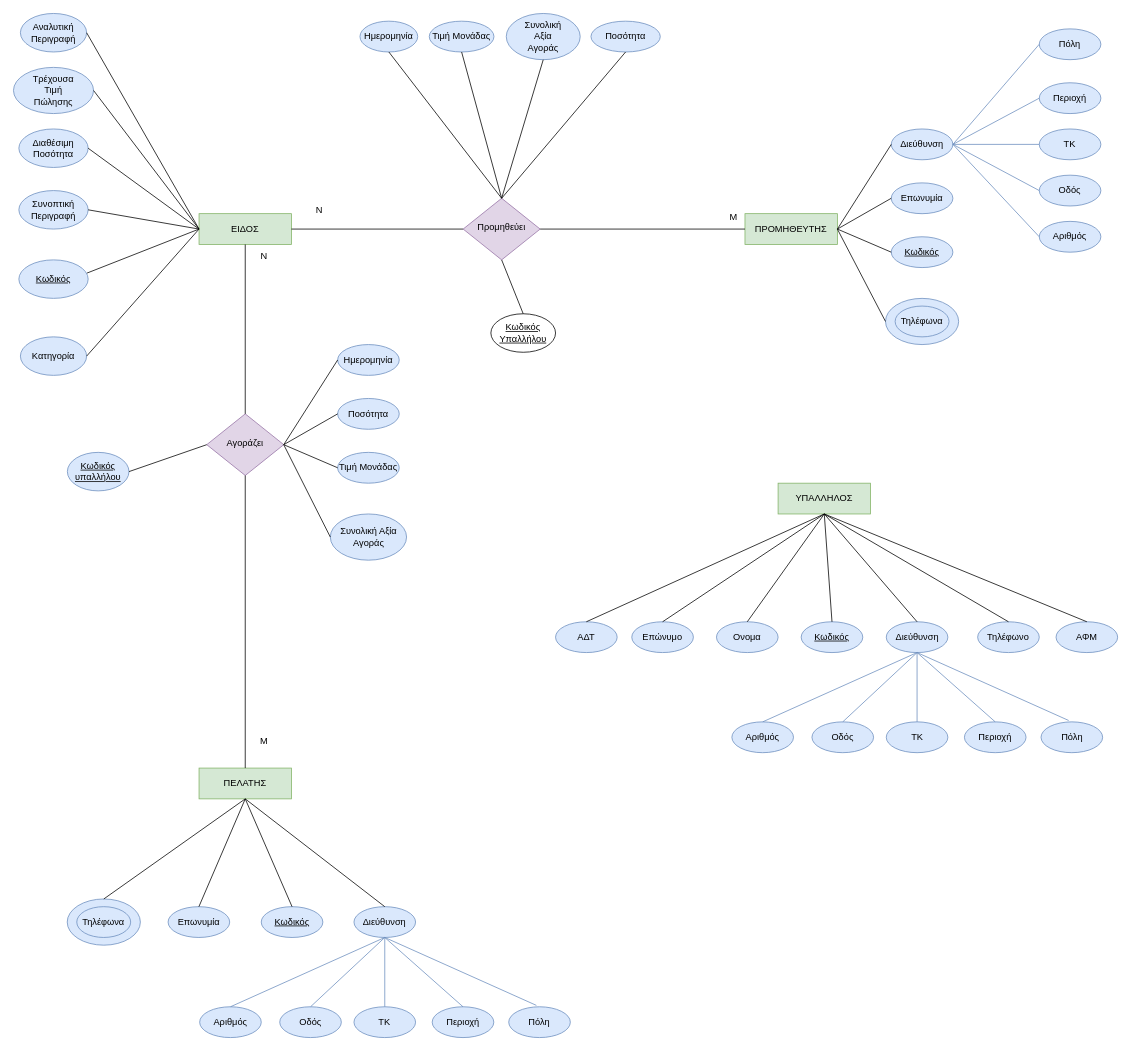
The draw.io diagram ERDiagramFlowchart.drawio in Lazini/ERDiagram, before the edit. Source tidied: cells renumbered, new cells numbered last; positions are measured from the earlier drawing's top-left corner, leaving out a move shared by most shapes. Both pictures are drawn from the tidied source at 77%, with x=0, y=0 at pixel (13, 13).
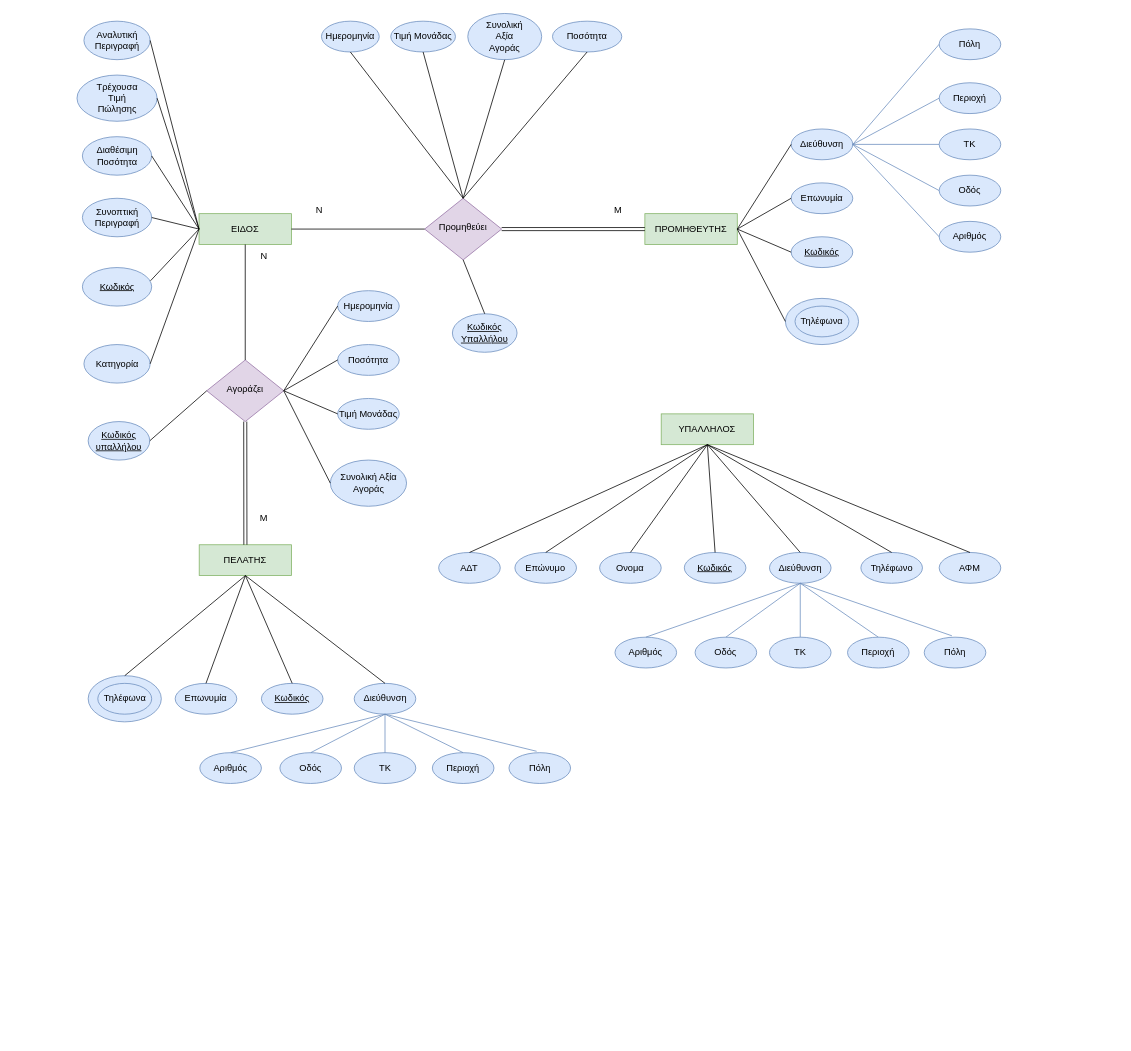
The same diagram, later.

Change to the diagram source:
```diff
@@
     <mxCell id="3" value="&lt;div&gt;ΠΡΟΜΗΘΕΥΤΗΣ&lt;/div&gt;" style="rounded=0;whiteSpace=wrap;html=1;fontSize=12;glass=0;strokeWidth=1;shadow=0;fillColor=#d5e8d4;strokeColor=#82b366;" parent="1" vertex="1">
-      <mxGeometry x="950" y="260" width="120" height="40" as="geometry" />
+      <mxGeometry x="820" y="260" width="120" height="40" as="geometry" />
     </mxCell>
     <mxCell id="4" value="&lt;div&gt;ΠΕΛΑΤΗΣ&lt;/div&gt;" style="rounded=0;whiteSpace=wrap;html=1;fontSize=12;glass=0;strokeWidth=1;shadow=0;fillColor=#d5e8d4;strokeColor=#82b366;" parent="1" vertex="1">
-      <mxGeometry x="241" y="980" width="120" height="40" as="geometry" />
+      <mxGeometry x="241.2" y="690" width="120" height="40" as="geometry" />
     </mxCell>
     <mxCell id="5" value="&lt;div&gt;ΥΠΑΛΛΗΛΟΣ&lt;/div&gt;" style="rounded=0;whiteSpace=wrap;html=1;fontSize=12;glass=0;strokeWidth=1;shadow=0;fillColor=#d5e8d4;strokeColor=#82b366;" parent="1" vertex="1">
-      <mxGeometry x="993" y="610" width="120" height="40" as="geometry" />
+      <mxGeometry x="841.2" y="520" width="120" height="40" as="geometry" />
     </mxCell>
     <mxCell id="6" value="Προμηθεύει" style="rhombus;whiteSpace=wrap;html=1;shadow=0;fontFamily=Helvetica;fontSize=12;align=center;strokeWidth=1;spacing=6;spacingTop=-4;fillColor=#e1d5e7;strokeColor=#9673a6;" parent="1" vertex="1">
-      <mxGeometry x="584" y="240" width="100" height="80" as="geometry" />
+      <mxGeometry x="534" y="240" width="100" height="80" as="geometry" />
     </mxCell>
@@
-    <mxCell id="8" style="endArrow=none;html=1;rounded=0;exitX=1;exitY=0.5;exitDx=0;exitDy=0;entryX=0;entryY=0.5;entryDx=0;entryDy=0;" parent="1" edge="1" source="6" target="3">
+    <mxCell id="8" style="endArrow=none;html=1;rounded=0;exitX=1;exitY=0.5;exitDx=0;exitDy=0;entryX=0;entryY=0.5;entryDx=0;entryDy=0;shape=link;" parent="1" edge="1" source="6" target="3">
       <mxGeometry relative="1" as="geometry" />
     </mxCell>
     <mxCell id="9" value="&lt;div&gt;Διαθέσιμη &lt;br&gt;&lt;/div&gt;&lt;div&gt;Ποσότητα&lt;/div&gt;" style="ellipse;whiteSpace=wrap;html=1;fillColor=#dae8fc;strokeColor=#6c8ebf;" parent="1" vertex="1">
-      <mxGeometry x="7" y="150" width="90" height="50" as="geometry" />
+      <mxGeometry x="89.5" y="160" width="90" height="50" as="geometry" />
     </mxCell>
     <mxCell id="10" value="&lt;div&gt;Αναλυτική&lt;/div&gt;&lt;div&gt;Περιγραφή&lt;/div&gt;" style="ellipse;whiteSpace=wrap;html=1;fillColor=#dae8fc;strokeColor=#6c8ebf;" parent="1" vertex="1">
-      <mxGeometry x="9" width="86" height="50" as="geometry" />
+      <mxGeometry x="91.5" y="10" width="86" height="50" as="geometry" />
     </mxCell>
     <mxCell id="11" value="&lt;div&gt;Συνοπτική&lt;/div&gt;&lt;div&gt;Περιγραφή&lt;/div&gt;" style="ellipse;whiteSpace=wrap;html=1;fillColor=#dae8fc;strokeColor=#6c8ebf;" parent="1" vertex="1">
-      <mxGeometry x="7" y="230" width="90" height="50" as="geometry" />
+      <mxGeometry x="89.5" y="240" width="90" height="50" as="geometry" />
     </mxCell>
     <mxCell id="12" value="&lt;u&gt;Κωδικός&lt;/u&gt;" style="ellipse;whiteSpace=wrap;html=1;fillColor=#dae8fc;strokeColor=#6c8ebf;" parent="1" vertex="1">
-      <mxGeometry x="7" y="320" width="90" height="50" as="geometry" />
+      <mxGeometry x="89.5" y="330" width="90" height="50" as="geometry" />
     </mxCell>
     <mxCell id="13" value="&lt;div&gt;Κατηγορία&lt;/div&gt;" style="ellipse;whiteSpace=wrap;html=1;fillColor=#dae8fc;strokeColor=#6c8ebf;" parent="1" vertex="1">
-      <mxGeometry x="9" y="420" width="86" height="50" as="geometry" />
+      <mxGeometry x="91.5" y="430" width="86" height="50" as="geometry" />
     </mxCell>
     <mxCell id="14" value="&lt;div&gt;Τρέχουσα&lt;/div&gt;&lt;div&gt;Τιμή&lt;/div&gt;&lt;div&gt;Πώλησης&lt;/div&gt;" style="ellipse;whiteSpace=wrap;html=1;fillColor=#dae8fc;strokeColor=#6c8ebf;" parent="1" vertex="1">
-      <mxGeometry y="70" width="104" height="60" as="geometry" />
+      <mxGeometry x="82.5" y="80" width="104" height="60" as="geometry" />
     </mxCell>
@@
     <mxCell id="22" value="Μ" style="text;html=1;align=center;verticalAlign=middle;strokeColor=none;fillColor=none;" parent="1" vertex="1">
-      <mxGeometry x="920" y="250" width="30" height="30" as="geometry" />
+      <mxGeometry x="770" y="240" width="30" height="30" as="geometry" />
     </mxCell>
     <mxCell id="23" value="Ημερομηνία" style="ellipse;whiteSpace=wrap;html=1;fillColor=#dae8fc;strokeColor=#6c8ebf;" parent="1" vertex="1">
-      <mxGeometry x="450" y="10" width="75" height="40" as="geometry" />
+      <mxGeometry x="400" y="10" width="75" height="40" as="geometry" />
     </mxCell>
     <mxCell id="24" value="Τιμή Μονάδας" style="ellipse;whiteSpace=wrap;html=1;fillColor=#dae8fc;strokeColor=#6c8ebf;" parent="1" vertex="1">
-      <mxGeometry x="540" y="10" width="84" height="40" as="geometry" />
+      <mxGeometry x="490" y="10" width="84" height="40" as="geometry" />
     </mxCell>
     <mxCell id="25" value="&lt;div&gt;Συνολική&lt;/div&gt;&lt;div&gt;Αξία&lt;/div&gt;&lt;div&gt;Αγοράς&lt;/div&gt;" style="ellipse;whiteSpace=wrap;html=1;fillColor=#dae8fc;strokeColor=#6c8ebf;" parent="1" vertex="1">
-      <mxGeometry x="640" width="96" height="60" as="geometry" />
+      <mxGeometry x="590" width="96" height="60" as="geometry" />
     </mxCell>
     <mxCell id="26" value="&lt;div&gt;Ποσότητα&lt;/div&gt;" style="ellipse;whiteSpace=wrap;html=1;fillColor=#dae8fc;strokeColor=#6c8ebf;" parent="1" vertex="1">
-      <mxGeometry x="750" y="10" width="90" height="40" as="geometry" />
+      <mxGeometry x="700" y="10" width="90" height="40" as="geometry" />
     </mxCell>
@@
-    <mxCell id="31" value="&lt;u&gt;Κωδικός Υπαλλήλου&lt;br&gt;&lt;/u&gt;" style="ellipse;whiteSpace=wrap;html=1;" parent="1" vertex="1">
-      <mxGeometry x="620" y="390" width="84" height="50" as="geometry" />
+    <mxCell id="31" value="&lt;u&gt;Κωδικός Υπαλλήλου&lt;br&gt;&lt;/u&gt;" style="ellipse;whiteSpace=wrap;html=1;fillColor=#dae8fc;strokeColor=#6c8ebf;" parent="1" vertex="1">
+      <mxGeometry x="570" y="390" width="84" height="50" as="geometry" />
     </mxCell>
@@
     <mxCell id="33" value="Διεύθυνση" style="ellipse;whiteSpace=wrap;html=1;fillColor=#dae8fc;strokeColor=#6c8ebf;" parent="1" vertex="1">
-      <mxGeometry x="1140" y="150" width="80" height="40" as="geometry" />
+      <mxGeometry x="1010" y="150" width="80" height="40" as="geometry" />
     </mxCell>
     <mxCell id="34" value="Επωνυμία" style="ellipse;whiteSpace=wrap;html=1;fillColor=#dae8fc;strokeColor=#6c8ebf;" parent="1" vertex="1">
-      <mxGeometry x="1140" y="220" width="80" height="40" as="geometry" />
+      <mxGeometry x="1010" y="220" width="80" height="40" as="geometry" />
     </mxCell>
     <mxCell id="35" value="&lt;u&gt;Κωδικός&lt;/u&gt;" style="ellipse;whiteSpace=wrap;html=1;fillColor=#dae8fc;strokeColor=#6c8ebf;" parent="1" vertex="1">
-      <mxGeometry x="1140" y="290" width="80" height="40" as="geometry" />
+      <mxGeometry x="1010" y="290" width="80" height="40" as="geometry" />
     </mxCell>
     <mxCell id="36" style="ellipse;whiteSpace=wrap;html=1;fillColor=#dae8fc;strokeColor=#6c8ebf;" parent="1" vertex="1">
-      <mxGeometry x="1132.5" y="370" width="95" height="60" as="geometry" />
+      <mxGeometry x="1002.5" y="370" width="95" height="60" as="geometry" />
     </mxCell>
     <mxCell id="37" value="Τηλέφωνα" style="ellipse;whiteSpace=wrap;html=1;fillColor=#dae8fc;strokeColor=#6c8ebf;" parent="1" vertex="1">
-      <mxGeometry x="1145" y="380" width="70" height="40" as="geometry" />
+      <mxGeometry x="1015" y="380" width="70" height="40" as="geometry" />
     </mxCell>
@@
     <mxCell id="42" value="&lt;div&gt;Αγοράζει&lt;/div&gt;" style="rhombus;whiteSpace=wrap;html=1;shadow=0;fontFamily=Helvetica;fontSize=12;align=center;strokeWidth=1;spacing=6;spacingTop=-4;fillColor=#e1d5e7;strokeColor=#9673a6;" parent="1" vertex="1">
-      <mxGeometry x="251" y="520" width="100" height="80" as="geometry" />
+      <mxGeometry x="251" y="450" width="100" height="80" as="geometry" />
     </mxCell>
@@
-    <mxCell id="44" style="endArrow=none;html=1;rounded=0;exitX=0.5;exitY=0;exitDx=0;exitDy=0;entryX=0.5;entryY=1;entryDx=0;entryDy=0;" parent="1" edge="1" source="4" target="42">
+    <mxCell id="44" style="endArrow=none;html=1;rounded=0;exitX=0.5;exitY=0;exitDx=0;exitDy=0;entryX=0.5;entryY=1;entryDx=0;entryDy=0;shape=link;" parent="1" edge="1" source="4" target="42">
       <mxGeometry relative="1" as="geometry" />
     </mxCell>
     <mxCell id="45" value="Ημερομηνία" style="ellipse;whiteSpace=wrap;html=1;fillColor=#dae8fc;strokeColor=#6c8ebf;" parent="1" vertex="1">
-      <mxGeometry x="421" y="430" width="80" height="40" as="geometry" />
+      <mxGeometry x="421" y="360" width="80" height="40" as="geometry" />
     </mxCell>
     <mxCell id="46" value="Ποσότητα" style="ellipse;whiteSpace=wrap;html=1;fillColor=#dae8fc;strokeColor=#6c8ebf;" parent="1" vertex="1">
-      <mxGeometry x="421" y="500" width="80" height="40" as="geometry" />
+      <mxGeometry x="421" y="430" width="80" height="40" as="geometry" />
     </mxCell>
     <mxCell id="47" value="Τιμή Μονάδας" style="ellipse;whiteSpace=wrap;html=1;fillColor=#dae8fc;strokeColor=#6c8ebf;" parent="1" vertex="1">
-      <mxGeometry x="421" y="570" width="80" height="40" as="geometry" />
+      <mxGeometry x="421" y="500" width="80" height="40" as="geometry" />
     </mxCell>
     <mxCell id="48" value="Συνολική Αξία Αγοράς" style="ellipse;whiteSpace=wrap;html=1;fillColor=#dae8fc;strokeColor=#6c8ebf;" parent="1" vertex="1">
-      <mxGeometry x="411.5" y="650" width="99" height="60" as="geometry" />
+      <mxGeometry x="411.5" y="580" width="99" height="60" as="geometry" />
     </mxCell>
@@
     <mxCell id="53" value="&lt;u&gt;Κωδικός υπαλλήλου&lt;br&gt;&lt;/u&gt;" style="ellipse;whiteSpace=wrap;html=1;fillColor=#dae8fc;strokeColor=#6c8ebf;" parent="1" vertex="1">
-      <mxGeometry x="70" y="570" width="80" height="50" as="geometry" />
+      <mxGeometry x="97" y="530" width="80" height="50" as="geometry" />
     </mxCell>
@@
     <mxCell id="56" value="Μ" style="text;html=1;align=center;verticalAlign=middle;strokeColor=none;fillColor=none;" parent="1" vertex="1">
-      <mxGeometry x="310" y="930" width="30" height="30" as="geometry" />
+      <mxGeometry x="310.2" y="640" width="30" height="30" as="geometry" />
     </mxCell>
     <mxCell id="57" value="&lt;div&gt;Πόλη&lt;/div&gt;" style="ellipse;whiteSpace=wrap;html=1;fillColor=#dae8fc;strokeColor=#6c8ebf;" parent="1" vertex="1">
-      <mxGeometry x="1332.2" y="20" width="80" height="40" as="geometry" />
+      <mxGeometry x="1202.2" y="20" width="80" height="40" as="geometry" />
     </mxCell>
     <mxCell id="58" value="Περιοχή" style="ellipse;whiteSpace=wrap;html=1;fillColor=#dae8fc;strokeColor=#6c8ebf;" parent="1" vertex="1">
-      <mxGeometry x="1332.2" y="90" width="80" height="40" as="geometry" />
+      <mxGeometry x="1202.2" y="90" width="80" height="40" as="geometry" />
     </mxCell>
     <mxCell id="59" value="ΤΚ" style="ellipse;whiteSpace=wrap;html=1;fillColor=#dae8fc;strokeColor=#6c8ebf;" parent="1" vertex="1">
-      <mxGeometry x="1332.2" y="150" width="80" height="40" as="geometry" />
+      <mxGeometry x="1202.2" y="150" width="80" height="40" as="geometry" />
     </mxCell>
     <mxCell id="60" value="Οδός" style="ellipse;whiteSpace=wrap;html=1;fillColor=#dae8fc;strokeColor=#6c8ebf;" parent="1" vertex="1">
-      <mxGeometry x="1332.2" y="210" width="80" height="40" as="geometry" />
+      <mxGeometry x="1202.2" y="210" width="80" height="40" as="geometry" />
     </mxCell>
     <mxCell id="61" value="Αριθμός" style="ellipse;whiteSpace=wrap;html=1;fillColor=#dae8fc;strokeColor=#6c8ebf;" parent="1" vertex="1">
-      <mxGeometry x="1332.2" y="270" width="80" height="40" as="geometry" />
+      <mxGeometry x="1202.2" y="270" width="80" height="40" as="geometry" />
     </mxCell>
@@
     <mxCell id="67" value="Διεύθυνση" style="ellipse;whiteSpace=wrap;html=1;fillColor=#dae8fc;strokeColor=#6c8ebf;" parent="1" vertex="1">
-      <mxGeometry x="442.2" y="1160" width="80" height="40" as="geometry" />
+      <mxGeometry x="442.5" y="870" width="80" height="40" as="geometry" />
     </mxCell>
     <mxCell id="68" value="Επωνυμία" style="ellipse;whiteSpace=wrap;html=1;fillColor=#dae8fc;strokeColor=#6c8ebf;" parent="1" vertex="1">
-      <mxGeometry x="200.8" y="1160" width="80" height="40" as="geometry" />
+      <mxGeometry x="210" y="870" width="80" height="40" as="geometry" />
     </mxCell>
     <mxCell id="69" value="&lt;u&gt;Κωδικός&lt;/u&gt;" style="ellipse;whiteSpace=wrap;html=1;fillColor=#dae8fc;strokeColor=#6c8ebf;" parent="1" vertex="1">
-      <mxGeometry x="321.8" y="1160" width="80" height="40" as="geometry" />
+      <mxGeometry x="322" y="870" width="80" height="40" as="geometry" />
     </mxCell>
     <mxCell id="70" style="ellipse;whiteSpace=wrap;html=1;fillColor=#dae8fc;strokeColor=#6c8ebf;" parent="1" vertex="1">
-      <mxGeometry x="69.8" y="1150" width="95" height="60" as="geometry" />
+      <mxGeometry x="97" y="860" width="95" height="60" as="geometry" />
     </mxCell>
     <mxCell id="71" value="Τηλέφωνα" style="ellipse;whiteSpace=wrap;html=1;fillColor=#dae8fc;strokeColor=#6c8ebf;" parent="1" vertex="1">
-      <mxGeometry x="82.2" y="1160" width="70" height="40" as="geometry" />
+      <mxGeometry x="109.5" y="870" width="70" height="40" as="geometry" />
     </mxCell>
@@
     <mxCell id="76" value="&lt;div&gt;Πόλη&lt;/div&gt;" style="ellipse;whiteSpace=wrap;html=1;fillColor=#dae8fc;strokeColor=#6c8ebf;" parent="1" vertex="1">
-      <mxGeometry x="643.2" y="1290" width="80" height="40" as="geometry" />
+      <mxGeometry x="643.5" y="960" width="80" height="40" as="geometry" />
     </mxCell>
     <mxCell id="77" value="Περιοχή" style="ellipse;whiteSpace=wrap;html=1;fillColor=#dae8fc;strokeColor=#6c8ebf;" parent="1" vertex="1">
-      <mxGeometry x="543.8" y="1290" width="80" height="40" as="geometry" />
+      <mxGeometry x="544" y="960" width="80" height="40" as="geometry" />
     </mxCell>
     <mxCell id="78" value="ΤΚ" style="ellipse;whiteSpace=wrap;html=1;fillColor=#dae8fc;strokeColor=#6c8ebf;" parent="1" vertex="1">
-      <mxGeometry x="442.2" y="1290" width="80" height="40" as="geometry" />
+      <mxGeometry x="442.5" y="960" width="80" height="40" as="geometry" />
     </mxCell>
     <mxCell id="79" value="Οδός" style="ellipse;whiteSpace=wrap;html=1;fillColor=#dae8fc;strokeColor=#6c8ebf;" parent="1" vertex="1">
-      <mxGeometry x="345.8" y="1290" width="80" height="40" as="geometry" />
+      <mxGeometry x="346" y="960" width="80" height="40" as="geometry" />
     </mxCell>
     <mxCell id="80" value="Αριθμός" style="ellipse;whiteSpace=wrap;html=1;fillColor=#dae8fc;strokeColor=#6c8ebf;" parent="1" vertex="1">
-      <mxGeometry x="241.8" y="1290" width="80" height="40" as="geometry" />
+      <mxGeometry x="242" y="960" width="80" height="40" as="geometry" />
     </mxCell>
@@
     <mxCell id="86" value="&lt;u&gt;Κωδικός&lt;/u&gt;" style="ellipse;whiteSpace=wrap;html=1;fillColor=#dae8fc;strokeColor=#6c8ebf;" parent="1" vertex="1">
-      <mxGeometry x="1023" y="790" width="80" height="40" as="geometry" />
+      <mxGeometry x="871.2" y="700" width="80" height="40" as="geometry" />
     </mxCell>
     <mxCell id="87" value="Τηλέφωνο" style="ellipse;whiteSpace=wrap;html=1;fillColor=#dae8fc;strokeColor=#6c8ebf;" parent="1" vertex="1">
-      <mxGeometry x="1252.2" y="790" width="80" height="40" as="geometry" />
+      <mxGeometry x="1100.5" y="700" width="80" height="40" as="geometry" />
     </mxCell>
     <mxCell id="88" value="Διεύθυνση" style="ellipse;whiteSpace=wrap;html=1;fillColor=#dae8fc;strokeColor=#6c8ebf;" parent="1" vertex="1">
-      <mxGeometry x="1133.5" y="790" width="80" height="40" as="geometry" />
+      <mxGeometry x="981.8" y="700" width="80" height="40" as="geometry" />
     </mxCell>
@@
     <mxCell id="90" value="&lt;div&gt;Πόλη&lt;/div&gt;" style="ellipse;whiteSpace=wrap;html=1;fillColor=#dae8fc;strokeColor=#6c8ebf;" parent="1" vertex="1">
-      <mxGeometry x="1334.5" y="920" width="80" height="40" as="geometry" />
+      <mxGeometry x="1182.8" y="810" width="80" height="40" as="geometry" />
     </mxCell>
     <mxCell id="91" value="Περιοχή" style="ellipse;whiteSpace=wrap;html=1;fillColor=#dae8fc;strokeColor=#6c8ebf;" parent="1" vertex="1">
-      <mxGeometry x="1235" y="920" width="80" height="40" as="geometry" />
+      <mxGeometry x="1083.2" y="810" width="80" height="40" as="geometry" />
     </mxCell>
     <mxCell id="92" value="ΤΚ" style="ellipse;whiteSpace=wrap;html=1;fillColor=#dae8fc;strokeColor=#6c8ebf;" parent="1" vertex="1">
-      <mxGeometry x="1133.5" y="920" width="80" height="40" as="geometry" />
+      <mxGeometry x="981.8" y="810" width="80" height="40" as="geometry" />
     </mxCell>
     <mxCell id="93" value="Οδός" style="ellipse;whiteSpace=wrap;html=1;fillColor=#dae8fc;strokeColor=#6c8ebf;" parent="1" vertex="1">
-      <mxGeometry x="1037" y="920" width="80" height="40" as="geometry" />
+      <mxGeometry x="885.2" y="810" width="80" height="40" as="geometry" />
     </mxCell>
     <mxCell id="94" value="Αριθμός" style="ellipse;whiteSpace=wrap;html=1;fillColor=#dae8fc;strokeColor=#6c8ebf;" parent="1" vertex="1">
-      <mxGeometry x="933" y="920" width="80" height="40" as="geometry" />
+      <mxGeometry x="781.2" y="810" width="80" height="40" as="geometry" />
     </mxCell>
@@
     <mxCell id="100" value="Ονομα" style="ellipse;whiteSpace=wrap;html=1;fillColor=#dae8fc;strokeColor=#6c8ebf;" parent="1" vertex="1">
-      <mxGeometry x="913" y="790" width="80" height="40" as="geometry" />
+      <mxGeometry x="761.2" y="700" width="80" height="40" as="geometry" />
     </mxCell>
     <mxCell id="101" value="Επώνυμο" style="ellipse;whiteSpace=wrap;html=1;fillColor=#dae8fc;strokeColor=#6c8ebf;" parent="1" vertex="1">
-      <mxGeometry x="803" y="790" width="80" height="40" as="geometry" />
+      <mxGeometry x="651.2" y="700" width="80" height="40" as="geometry" />
     </mxCell>
@@
     <mxCell id="106" value="ΑΔΤ" style="ellipse;whiteSpace=wrap;html=1;fillColor=#dae8fc;strokeColor=#6c8ebf;" parent="1" vertex="1">
-      <mxGeometry x="704" y="790" width="80" height="40" as="geometry" />
+      <mxGeometry x="552.2" y="700" width="80" height="40" as="geometry" />
     </mxCell>
     <mxCell id="107" value="ΑΦΜ" style="ellipse;whiteSpace=wrap;html=1;fillColor=#dae8fc;strokeColor=#6c8ebf;" parent="1" vertex="1">
-      <mxGeometry x="1354" y="790" width="80" height="40" as="geometry" />
+      <mxGeometry x="1202.2" y="700" width="80" height="40" as="geometry" />
     </mxCell>
```
